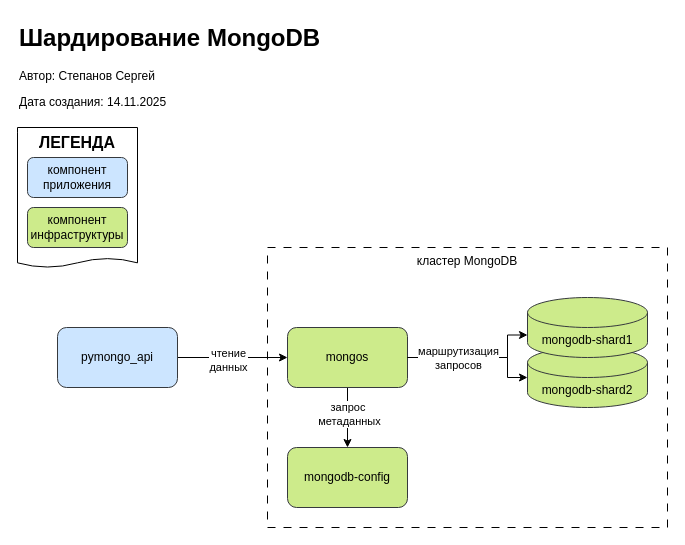
Above: page "sharding" (1 of 4) of bf_sharding.drawio in MorKaragh/drawings (draw.io), before the change. Source tidied: cells renumbered, new cells numbered last; positions are measured from the earlier drawing's top-left corner, leaving out a move shared by most shapes. Both pictures are drawn from the tidied source at 100%, with x=0, y=0 at pixel (17, 17).
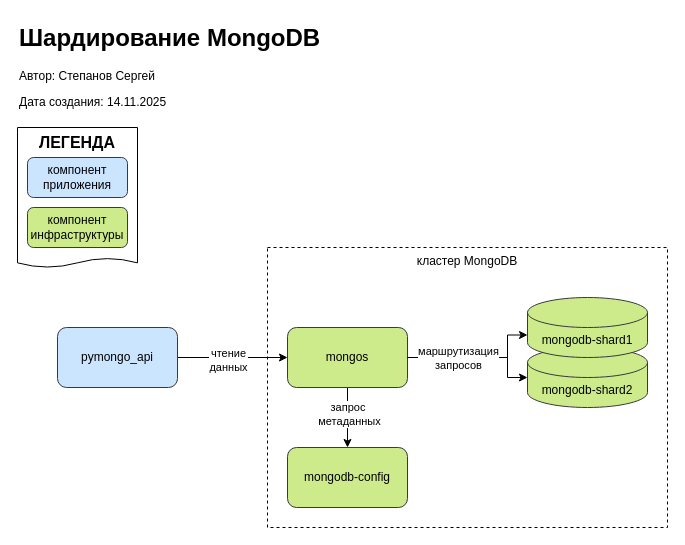
The same diagram, later.

The edit, as a diff of the source:
```diff
@@
-    <mxCell id="2" value="кластер MongoDB" style="rounded=0;whiteSpace=wrap;html=1;verticalAlign=top;dashed=1;dashPattern=8 8;" parent="1" vertex="1">
+    <mxCell id="2" value="кластер MongoDB" style="rounded=0;whiteSpace=wrap;html=1;verticalAlign=top;dashed=1;" parent="1" vertex="1">
       <mxGeometry x="250" y="230" width="400" height="280" as="geometry" />
     </mxCell>
```
